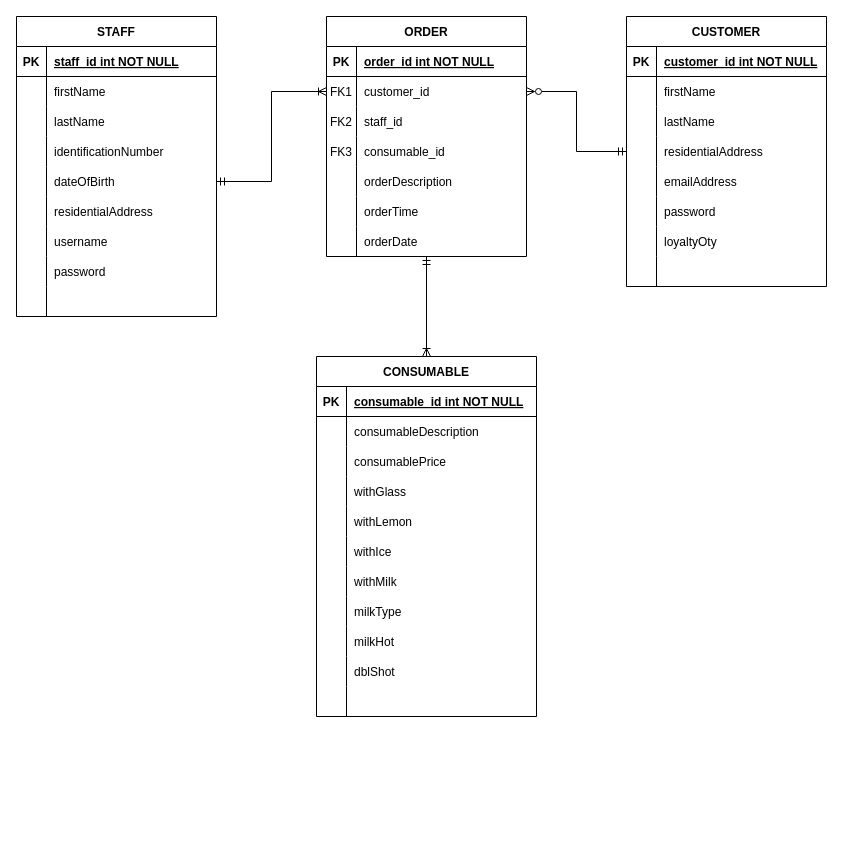
This is Physical_Data_Model.drawio from BeoVR6R/CMPG-223-Data-Model, a draw.io file, before an edit. Source tidied: cells renumbered, new cells numbered last; positions are measured from the earlier drawing's top-left corner, leaving out a move shared by most shapes. Both pictures are drawn from the tidied source at 100%, with x=0, y=0 at pixel (16, 16).
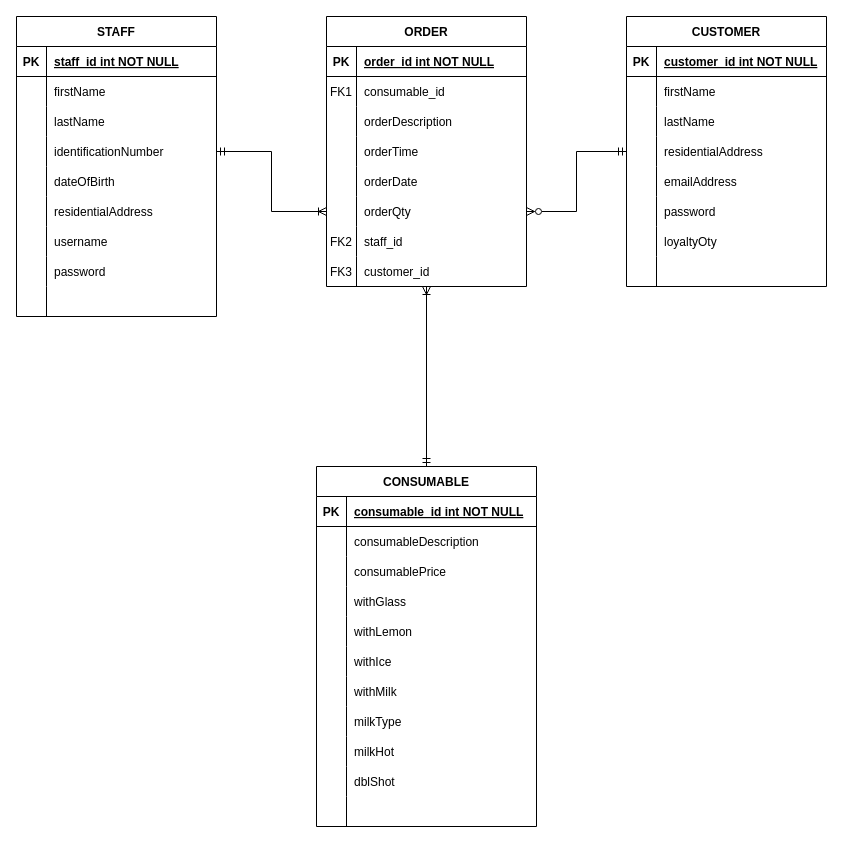
The same diagram, later.

The change refers to these unchanged cells:
```xml
<mxCell id="69" style="shape=partialRectangle;fillColor=none;points=[[0,0.5],[1,0.5]];portConstraint=eastwest;top=0;left=0;right=0;bottom=0;" parent="59" vertex="1">
  <mxGeometry y="120" width="200" height="30" as="geometry" />
</mxCell>
<mxCell id="94" style="shape=partialRectangle;fillColor=none;points=[[0,0.5],[1,0.5]];portConstraint=eastwest;top=0;left=0;right=0;bottom=0;" parent="84" vertex="1">
  <mxGeometry y="120" width="200" height="30" as="geometry" />
</mxCell>
<mxCell id="97" style="shape=partialRectangle;fillColor=none;points=[[0,0.5],[1,0.5]];portConstraint=eastwest;top=0;left=0;right=0;bottom=0;" parent="84" vertex="1">
  <mxGeometry y="150" width="200" height="30" as="geometry" />
</mxCell>
```

The edit, as a diff of the source:
```diff
@@
     <mxCell id="2" value="ORDER" style="shape=table;startSize=30;childLayout=tableLayout;rowLines=0;fontStyle=1;align=center;" parent="1" vertex="1">
-      <mxGeometry x="310" width="200" height="240" as="geometry" />
+      <mxGeometry x="310" width="200" height="270" as="geometry" />
     </mxCell>
@@
-    <mxCell id="6" style="shape=partialRectangle;fillColor=none;points=[[0,0.5],[1,0.5]];portConstraint=eastwest;top=0;left=0;right=0;bottom=0;" parent="2" vertex="1">
-      <mxGeometry y="60" width="200" height="30" as="geometry" />
-    </mxCell>
-    <mxCell id="7" value="FK1" style="shape=partialRectangle;overflow=hidden;fillColor=none;top=0;left=0;bottom=0;right=0;" parent="6" vertex="1">
-      <mxGeometry width="30" height="30" as="geometry" />
-    </mxCell>
-    <mxCell id="8" value="customer_id" style="shape=partialRectangle;overflow=hidden;fillColor=none;top=0;left=0;bottom=0;right=0;align=left;spacingLeft=6;" parent="6" vertex="1">
-      <mxGeometry x="30" width="170" height="30" as="geometry" />
-    </mxCell>
-    <mxCell id="9" style="shape=partialRectangle;fillColor=none;top=0;left=0;right=0;bottom=0;" parent="2" vertex="1">
-      <mxGeometry y="90" width="200" height="30" as="geometry" />
-    </mxCell>
-    <mxCell id="10" value="FK2" style="shape=partialRectangle;overflow=hidden;fillColor=none;top=0;left=0;bottom=0;right=0;" parent="9" vertex="1">
-      <mxGeometry width="30" height="30" as="geometry" />
-    </mxCell>
-    <mxCell id="11" value="staff_id" style="shape=partialRectangle;overflow=hidden;fillColor=none;top=0;left=0;bottom=0;right=0;align=left;spacingLeft=6;" parent="9" vertex="1">
-      <mxGeometry x="30" width="170" height="30" as="geometry" />
-    </mxCell>
     <mxCell id="12" style="shape=partialRectangle;fillColor=none;top=0;left=0;right=0;bottom=0;" parent="2" vertex="1">
-      <mxGeometry y="120" width="200" height="30" as="geometry" />
+      <mxGeometry y="60" width="200" height="30" as="geometry" />
     </mxCell>
-    <mxCell id="13" value="FK3" style="shape=partialRectangle;overflow=hidden;fillColor=none;top=0;left=0;bottom=0;right=0;" parent="12" vertex="1">
+    <mxCell id="13" value="FK1" style="shape=partialRectangle;overflow=hidden;fillColor=none;top=0;left=0;bottom=0;right=0;" parent="12" vertex="1">
       <mxGeometry width="30" height="30" as="geometry" />
     </mxCell>
@@
     <mxCell id="15" style="shape=partialRectangle;fillColor=none;top=0;left=0;right=0;bottom=0;" parent="2" vertex="1">
-      <mxGeometry y="150" width="200" height="30" as="geometry" />
+      <mxGeometry y="90" width="200" height="30" as="geometry" />
     </mxCell>
@@
     <mxCell id="18" style="shape=partialRectangle;fillColor=none;top=0;left=0;right=0;bottom=0;" parent="2" vertex="1">
-      <mxGeometry y="180" width="200" height="30" as="geometry" />
+      <mxGeometry y="120" width="200" height="30" as="geometry" />
     </mxCell>
@@
     <mxCell id="21" style="shape=partialRectangle;fillColor=none;top=0;left=0;right=0;bottom=0;" parent="2" vertex="1">
-      <mxGeometry y="210" width="200" height="30" as="geometry" />
+      <mxGeometry y="150" width="200" height="30" as="geometry" />
     </mxCell>
@@
+    <mxCell id="114" style="shape=partialRectangle;fillColor=none;points=[[0,0.5],[1,0.5]];portConstraint=eastwest;top=0;left=0;right=0;bottom=0;" parent="2" vertex="1">
+      <mxGeometry y="180" width="200" height="30" as="geometry" />
+    </mxCell>
+    <mxCell id="115" style="shape=partialRectangle;overflow=hidden;fillColor=none;top=0;left=0;bottom=0;right=0;" parent="114" vertex="1">
+      <mxGeometry width="30" height="30" as="geometry" />
+    </mxCell>
+    <mxCell id="116" value="orderQty" style="shape=partialRectangle;overflow=hidden;fillColor=none;top=0;left=0;bottom=0;right=0;align=left;spacingLeft=6;" parent="114" vertex="1">
+      <mxGeometry x="30" width="170" height="30" as="geometry" />
+    </mxCell>
+    <mxCell id="9" style="shape=partialRectangle;fillColor=none;top=0;left=0;right=0;bottom=0;" parent="2" vertex="1">
+      <mxGeometry y="210" width="200" height="30" as="geometry" />
+    </mxCell>
+    <mxCell id="10" value="FK2" style="shape=partialRectangle;overflow=hidden;fillColor=none;top=0;left=0;bottom=0;right=0;" parent="9" vertex="1">
+      <mxGeometry width="30" height="30" as="geometry" />
+    </mxCell>
+    <mxCell id="11" value="staff_id" style="shape=partialRectangle;overflow=hidden;fillColor=none;top=0;left=0;bottom=0;right=0;align=left;spacingLeft=6;" parent="9" vertex="1">
+      <mxGeometry x="30" width="170" height="30" as="geometry" />
+    </mxCell>
+    <mxCell id="6" style="shape=partialRectangle;fillColor=none;points=[[0,0.5],[1,0.5]];portConstraint=eastwest;top=0;left=0;right=0;bottom=0;" parent="2" vertex="1">
+      <mxGeometry y="240" width="200" height="30" as="geometry" />
+    </mxCell>
+    <mxCell id="7" value="FK3" style="shape=partialRectangle;overflow=hidden;fillColor=none;top=0;left=0;bottom=0;right=0;" parent="6" vertex="1">
+      <mxGeometry width="30" height="30" as="geometry" />
+    </mxCell>
+    <mxCell id="8" value="customer_id" style="shape=partialRectangle;overflow=hidden;fillColor=none;top=0;left=0;bottom=0;right=0;align=left;spacingLeft=6;" parent="6" vertex="1">
+      <mxGeometry x="30" width="170" height="30" as="geometry" />
+    </mxCell>
-    <mxCell id="24" style="edgeStyle=orthogonalEdgeStyle;rounded=0;jettySize=auto;html=1;entryX=0.5;entryY=1;entryDx=0;entryDy=0;endArrow=ERmandOne;endFill=0;startArrow=ERoneToMany;startFill=0;" parent="1" edge="1" source="25" target="2">
+    <mxCell id="24" style="edgeStyle=orthogonalEdgeStyle;rounded=0;jettySize=auto;html=1;entryX=0.5;entryY=1;entryDx=0;entryDy=0;endArrow=ERoneToMany;endFill=0;startArrow=ERmandOne;startFill=0;" parent="1" edge="1" source="25" target="2">
       <mxGeometry relative="1" as="geometry" />
     </mxCell>
     <mxCell id="25" value="CONSUMABLE" style="shape=table;startSize=30;childLayout=tableLayout;rowLines=0;fontStyle=1;align=center;" parent="1" vertex="1">
-      <mxGeometry x="300" y="340" width="220" height="360" as="geometry" />
+      <mxGeometry x="300" y="450" width="220" height="360" as="geometry" />
     </mxCell>
@@
-    <mxCell id="112" style="edgeStyle=orthogonalEdgeStyle;rounded=0;jettySize=auto;html=1;exitX=1;exitY=0.5;exitDx=0;exitDy=0;entryX=0;entryY=0.5;entryDx=0;entryDy=0;startArrow=ERmandOne;startFill=0;endArrow=ERoneToMany;endFill=0;" parent="1" edge="1" source="97" target="6">
+    <mxCell id="112" style="edgeStyle=orthogonalEdgeStyle;rounded=0;jettySize=auto;html=1;exitX=1;exitY=0.5;exitDx=0;exitDy=0;startArrow=ERmandOne;startFill=0;endArrow=ERoneToMany;endFill=0;" parent="1" edge="1" source="94" target="114">
       <mxGeometry relative="1" as="geometry" />
     </mxCell>
-    <mxCell id="113" style="edgeStyle=orthogonalEdgeStyle;rounded=0;jettySize=auto;html=1;exitX=0;exitY=0.5;exitDx=0;exitDy=0;entryX=1;entryY=0.5;entryDx=0;entryDy=0;startArrow=ERmandOne;startFill=0;endArrow=ERzeroToMany;endFill=0;" parent="1" edge="1" source="69" target="6">
+    <mxCell id="113" style="edgeStyle=orthogonalEdgeStyle;rounded=0;jettySize=auto;html=1;exitX=0;exitY=0.5;exitDx=0;exitDy=0;entryX=1;entryY=0.5;entryDx=0;entryDy=0;startArrow=ERmandOne;startFill=0;endArrow=ERzeroToMany;endFill=0;" parent="1" edge="1" source="69" target="114">
       <mxGeometry relative="1" as="geometry" />
     </mxCell>
```
